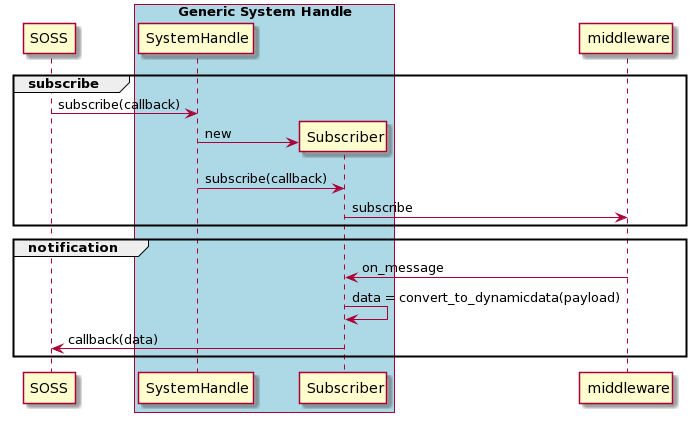
The PlantUML diagram docs/images/topic_subscriber.png in eProsima/Integration-Service-docs, before a commit. Its diagram source:
```plantuml
@startuml
group #transparent subscribe
        SOSS -> "SystemHandle" as SH : subscribe(callback)
        create Subscriber
        SH -> Subscriber : new
        SH -> Subscriber : subscribe(callback)
        Subscriber -> middleware : subscribe
end


group #transparent notification
        middleware -> Subscriber : on_message
        Subscriber -> Subscriber : data = convert_to_dynamicdata(payload)
        Subscriber -> SOSS : callback(data)
end


box "Generic System Handle" #LightBlue
        participant SH
        participant Subscriber
end box


participant middleware
@enduml
```
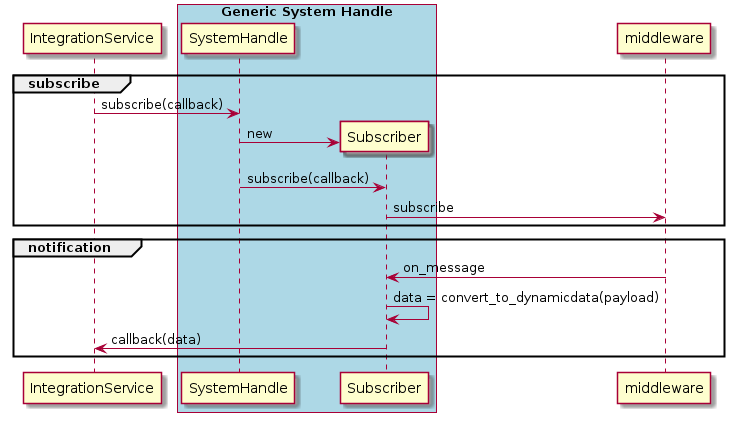
After the change.

Diff of the diagram source:
```diff
@@ -1,6 +1,8 @@
 @startuml
+
+
 group #transparent subscribe
-        SOSS -> "SystemHandle" as SH : subscribe(callback)
+        IntegrationService -> "SystemHandle" as SH : subscribe(callback)
         create Subscriber
         SH -> Subscriber : new
         SH -> Subscriber : subscribe(callback)
@@ -11,7 +13,7 @@
 group #transparent notification
         middleware -> Subscriber : on_message
         Subscriber -> Subscriber : data = convert_to_dynamicdata(payload)
-        Subscriber -> SOSS : callback(data)
+        Subscriber -> IntegrationService : callback(data)
 end
 
 
@@ -22,4 +24,6 @@
 
 
 participant middleware
+
+
 @enduml
```
